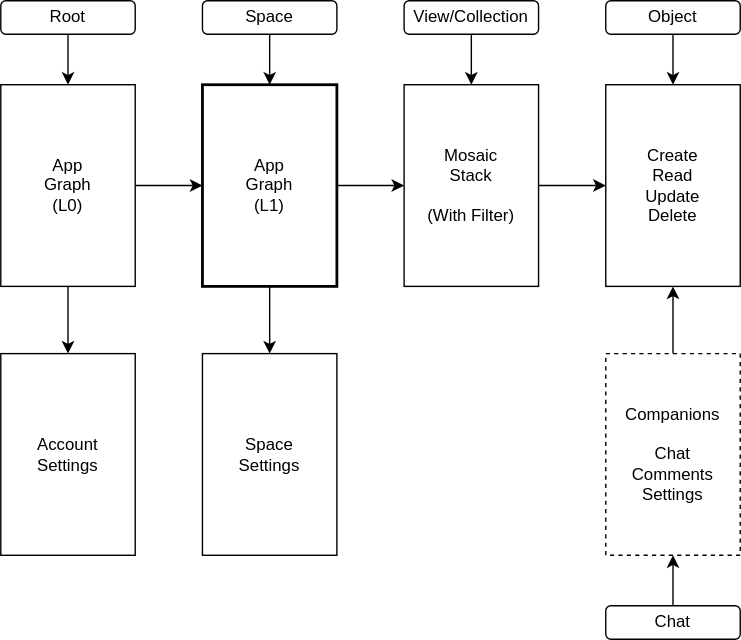
dxos/dxos keeps this draw.io diagram as packages/plugins/plugin-simple-layout/docs/layout.drawio.svg. Above is the earlier version. Source tidied: cells renumbered, new cells last; positions are measured from the earlier drawing's top-left corner, leaving out a move shared by most shapes. The source it was exported from:
```xml
<mxGraphModel>
  <root>
    <mxCell id="0" />
    <mxCell id="1" parent="0" />
    <mxCell id="2" style="edgeStyle=none;html=1;exitX=1;exitY=0.5;exitDx=0;exitDy=0;" parent="1" edge="1" source="4" target="7">
      <mxGeometry relative="1" as="geometry" />
    </mxCell>
    <mxCell id="3" style="edgeStyle=none;html=1;exitX=0.5;exitY=1;exitDx=0;exitDy=0;" parent="1" edge="1" source="4" target="20">
      <mxGeometry relative="1" as="geometry" />
    </mxCell>
    <mxCell id="4" value="App&lt;br&gt;Graph&lt;br&gt;(L1)" style="rounded=0;whiteSpace=wrap;html=1;strokeWidth=2;" parent="1" vertex="1">
      <mxGeometry x="144" y="60" width="96" height="144" as="geometry" />
    </mxCell>
    <mxCell id="5" value="Create&lt;br style=&quot;border-color: rgb(218, 220, 224);&quot;&gt;Read&lt;br&gt;Update&lt;br&gt;Delete" style="rounded=0;whiteSpace=wrap;html=1;" parent="1" vertex="1">
      <mxGeometry x="432" y="60" width="96" height="144" as="geometry" />
    </mxCell>
    <mxCell id="6" style="edgeStyle=none;html=1;exitX=1;exitY=0.5;exitDx=0;exitDy=0;" parent="1" edge="1" source="7" target="5">
      <mxGeometry relative="1" as="geometry" />
    </mxCell>
    <mxCell id="7" value="Mosaic&lt;br&gt;Stack&lt;br&gt;&lt;br&gt;(With Filter)" style="rounded=0;whiteSpace=wrap;html=1;" parent="1" vertex="1">
      <mxGeometry x="288" y="60" width="96" height="144" as="geometry" />
    </mxCell>
    <mxCell id="8" style="edgeStyle=none;html=1;exitX=0.5;exitY=1;exitDx=0;exitDy=0;" parent="1" edge="1" source="9" target="7">
      <mxGeometry relative="1" as="geometry" />
    </mxCell>
    <mxCell id="9" value="View/Collection" style="rounded=1;whiteSpace=wrap;html=1;" parent="1" vertex="1">
      <mxGeometry x="288" width="96" height="24" as="geometry" />
    </mxCell>
    <mxCell id="10" style="edgeStyle=none;html=1;exitX=0.5;exitY=1;exitDx=0;exitDy=0;" parent="1" edge="1" source="11" target="5">
      <mxGeometry relative="1" as="geometry" />
    </mxCell>
    <mxCell id="11" value="Object" style="rounded=1;whiteSpace=wrap;html=1;" parent="1" vertex="1">
      <mxGeometry x="432" width="96" height="24" as="geometry" />
    </mxCell>
    <mxCell id="12" style="edgeStyle=none;html=1;exitX=0.5;exitY=1;exitDx=0;exitDy=0;" parent="1" edge="1" source="13" target="4">
      <mxGeometry relative="1" as="geometry" />
    </mxCell>
    <mxCell id="13" value="Space" style="rounded=1;whiteSpace=wrap;html=1;" parent="1" vertex="1">
      <mxGeometry x="144" width="96" height="24" as="geometry" />
    </mxCell>
    <mxCell id="14" style="edgeStyle=none;html=1;exitX=1;exitY=0.5;exitDx=0;exitDy=0;" parent="1" edge="1" source="16" target="4">
      <mxGeometry relative="1" as="geometry" />
    </mxCell>
    <mxCell id="15" style="edgeStyle=none;html=1;" parent="1" edge="1" source="16" target="19">
      <mxGeometry relative="1" as="geometry" />
    </mxCell>
    <mxCell id="16" value="App&lt;br&gt;Graph&lt;br&gt;(L0)" style="rounded=0;whiteSpace=wrap;html=1;" parent="1" vertex="1">
      <mxGeometry y="60" width="96" height="144" as="geometry" />
    </mxCell>
    <mxCell id="17" style="edgeStyle=none;html=1;exitX=0.5;exitY=1;exitDx=0;exitDy=0;" parent="1" edge="1" source="18" target="16">
      <mxGeometry relative="1" as="geometry" />
    </mxCell>
    <mxCell id="18" value="Root" style="rounded=1;whiteSpace=wrap;html=1;" parent="1" vertex="1">
      <mxGeometry width="96" height="24" as="geometry" />
    </mxCell>
    <mxCell id="19" value="Account&lt;br&gt;Settings" style="rounded=0;whiteSpace=wrap;html=1;" parent="1" vertex="1">
      <mxGeometry y="252" width="96" height="144" as="geometry" />
    </mxCell>
    <mxCell id="20" value="Space&lt;br&gt;Settings" style="rounded=0;whiteSpace=wrap;html=1;" parent="1" vertex="1">
      <mxGeometry x="144" y="252" width="96" height="144" as="geometry" />
    </mxCell>
    <mxCell id="21" style="edgeStyle=none;html=1;exitX=0.5;exitY=0;exitDx=0;exitDy=0;" parent="1" edge="1" source="22" target="5">
      <mxGeometry relative="1" as="geometry" />
    </mxCell>
    <mxCell id="22" value="Companions&lt;br&gt;&lt;br&gt;Chat&lt;br&gt;Comments&lt;br&gt;Settings" style="rounded=0;whiteSpace=wrap;html=1;dashed=1;" parent="1" vertex="1">
      <mxGeometry x="432" y="252" width="96" height="144" as="geometry" />
    </mxCell>
    <mxCell id="23" style="edgeStyle=none;html=1;exitX=0.5;exitY=0;exitDx=0;exitDy=0;" parent="1" edge="1" source="24" target="22">
      <mxGeometry relative="1" as="geometry" />
    </mxCell>
    <mxCell id="24" value="Chat" style="rounded=1;whiteSpace=wrap;html=1;" parent="1" vertex="1">
      <mxGeometry x="432" y="432" width="96" height="24" as="geometry" />
    </mxCell>
  </root>
</mxGraphModel>
```
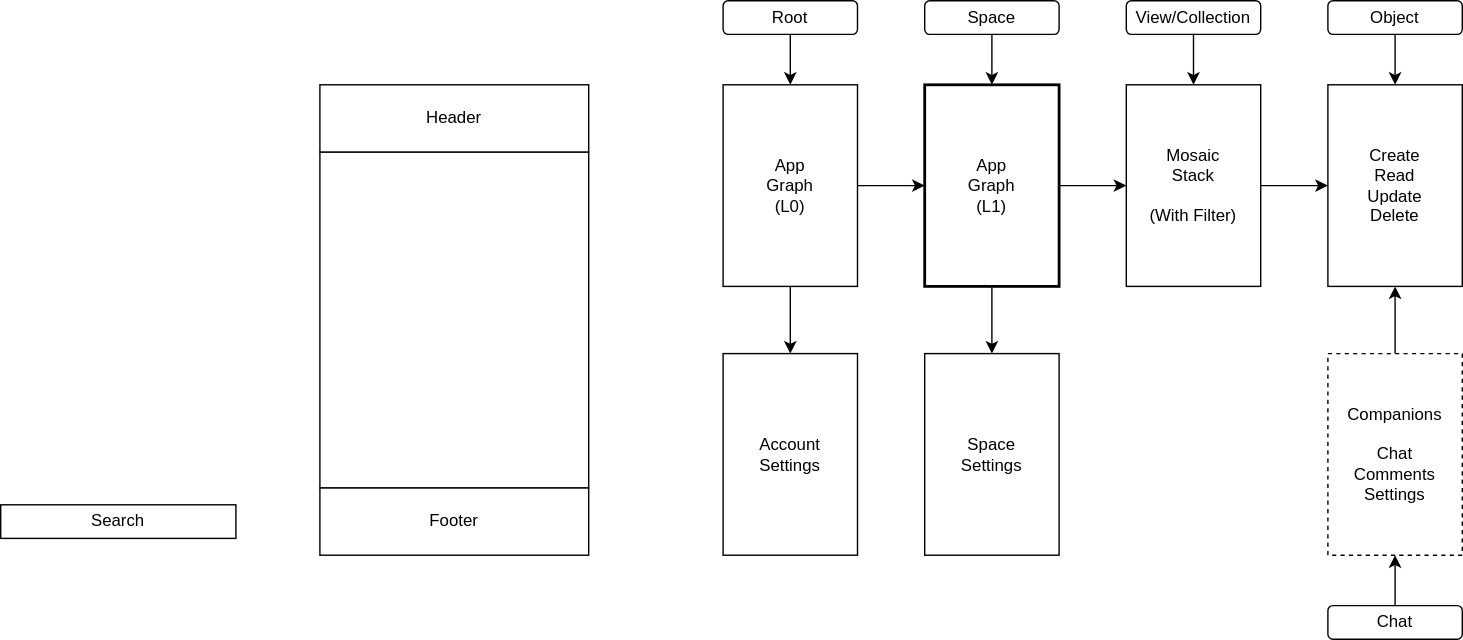
The same diagram one commit later.

The edit, as a diff of the source:
```diff
@@ -71,5 +71,17 @@
     <mxCell id="24" value="Chat" style="rounded=1;whiteSpace=wrap;html=1;" parent="1" vertex="1">
       <mxGeometry x="432" y="432" width="96" height="24" as="geometry" />
     </mxCell>
+    <mxCell id="25" style="rounded=0;whiteSpace=wrap;html=1;" parent="1" vertex="1">
+      <mxGeometry x="-288" y="108" width="192" height="240" as="geometry" />
+    </mxCell>
+    <mxCell id="26" value="Footer" style="rounded=0;whiteSpace=wrap;html=1;" parent="1" vertex="1">
+      <mxGeometry x="-288" y="348" width="192" height="48" as="geometry" />
+    </mxCell>
+    <mxCell id="27" value="Header" style="rounded=0;whiteSpace=wrap;html=1;" parent="1" vertex="1">
+      <mxGeometry x="-288" y="60" width="192" height="48" as="geometry" />
+    </mxCell>
+    <mxCell id="28" value="Search" style="rounded=0;whiteSpace=wrap;html=1;" parent="1" vertex="1">
+      <mxGeometry x="-516" y="360" width="168" height="24" as="geometry" />
+    </mxCell>
   </root>
 </mxGraphModel>
```
